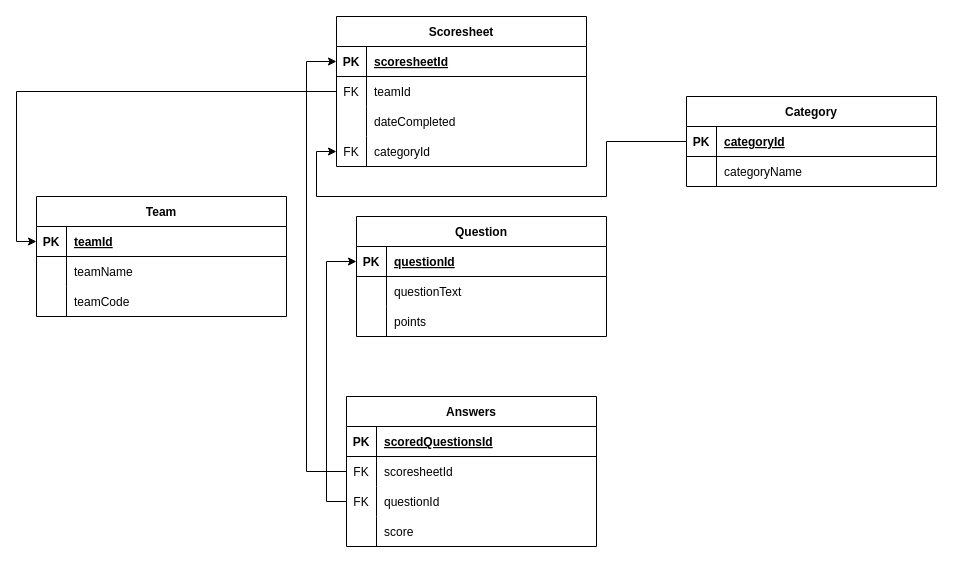
The draw.io diagram scoresheet.drawio in mccndcg/erds, before the edit. Source tidied: cells renumbered, new cells numbered last; positions are measured from the earlier drawing's top-left corner, leaving out a move shared by most shapes. Both pictures are drawn from the tidied source at 100%, with x=0, y=0 at pixel (36, 16).
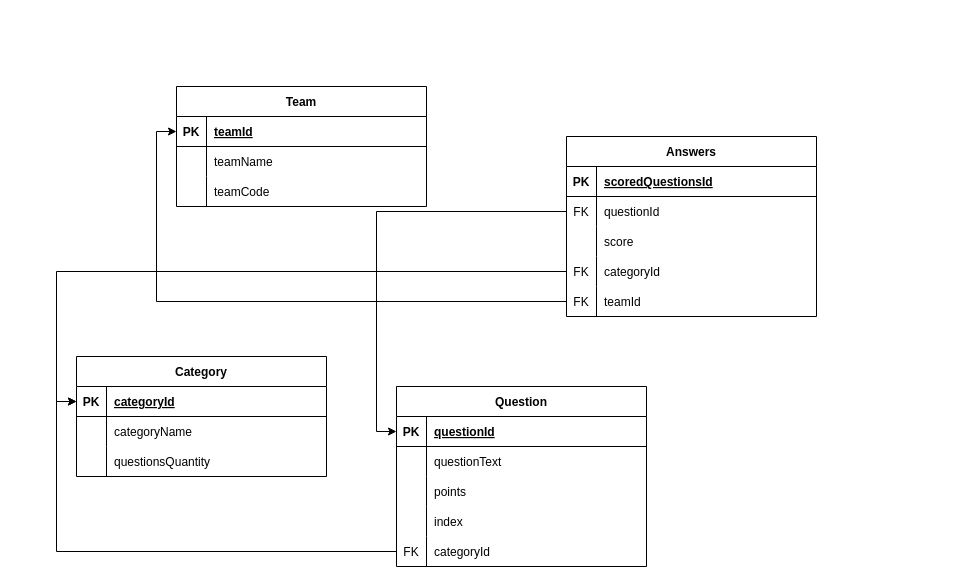
The same page after the edit.

Unchanged cells that the change refers to:
```xml
<mxCell id="3" style="shape=partialRectangle;fillColor=none;points=[[0,0.5],[1,0.5]];portConstraint=eastwest;top=0;left=0;right=0;bottom=1;" parent="2" vertex="1">
  <mxGeometry y="30" width="250" height="30" as="geometry" />
</mxCell>
<mxCell id="10" style="shape=partialRectangle;fillColor=none;points=[[0,0.5],[1,0.5]];portConstraint=eastwest;top=0;left=0;right=0;bottom=1;" parent="9" vertex="1">
  <mxGeometry y="30" width="250" height="30" as="geometry" />
</mxCell>
```

Change to the diagram source:
```diff
@@
     <mxCell id="2" value="Category" style="shape=table;startSize=30;childLayout=tableLayout;rowLines=0;fontStyle=1;align=center;" parent="1" vertex="1">
-      <mxGeometry x="650" y="80" width="250" height="90" as="geometry" />
+      <mxGeometry x="40" y="340" width="250" height="120" as="geometry" />
     </mxCell>
@@
+    <mxCell id="26" style="shape=partialRectangle;fillColor=none;top=0;left=0;right=0;bottom=0;" parent="2" vertex="1">
+      <mxGeometry y="90" width="250" height="30" as="geometry" />
+    </mxCell>
+    <mxCell id="59" style="shape=partialRectangle;overflow=hidden;fillColor=none;top=0;left=0;bottom=0;right=0;" parent="26" vertex="1">
+      <mxGeometry width="30" height="30" as="geometry" />
+    </mxCell>
+    <mxCell id="60" value="questionsQuantity" style="shape=partialRectangle;overflow=hidden;fillColor=none;top=0;left=0;bottom=0;right=0;align=left;spacingLeft=6;" parent="26" vertex="1">
+      <mxGeometry x="30" width="220" height="30" as="geometry" />
+    </mxCell>
     <mxCell id="9" value="Team" style="shape=table;startSize=30;childLayout=tableLayout;rowLines=0;fontStyle=1;align=center;" parent="1" vertex="1">
-      <mxGeometry y="180" width="250" height="120" as="geometry" />
+      <mxGeometry x="140" y="70" width="250" height="120" as="geometry" />
     </mxCell>
@@
-    <mxCell id="19" value="Scoresheet" style="shape=table;startSize=30;childLayout=tableLayout;rowLines=0;fontStyle=1;align=center;" parent="1" vertex="1">
-      <mxGeometry x="300" width="250" height="150" as="geometry" />
-    </mxCell>
-    <mxCell id="20" style="shape=partialRectangle;fillColor=none;points=[[0,0.5],[1,0.5]];portConstraint=eastwest;top=0;left=0;right=0;bottom=1;" parent="19" vertex="1">
-      <mxGeometry y="30" width="250" height="30" as="geometry" />
-    </mxCell>
-    <mxCell id="21" value="PK" style="shape=partialRectangle;overflow=hidden;fillColor=none;top=0;left=0;bottom=0;right=0;fontStyle=1;" parent="20" vertex="1">
-      <mxGeometry width="30" height="30" as="geometry" />
-    </mxCell>
-    <mxCell id="22" value="scoresheetId" style="shape=partialRectangle;overflow=hidden;fillColor=none;top=0;left=0;bottom=0;right=0;align=left;spacingLeft=6;fontStyle=5;" parent="20" vertex="1">
-      <mxGeometry x="30" width="220" height="30" as="geometry" />
-    </mxCell>
-    <mxCell id="23" style="shape=partialRectangle;fillColor=none;points=[[0,0.5],[1,0.5]];portConstraint=eastwest;top=0;left=0;right=0;bottom=0;" parent="19" vertex="1">
-      <mxGeometry y="60" width="250" height="30" as="geometry" />
-    </mxCell>
-    <mxCell id="24" value="FK" style="shape=partialRectangle;overflow=hidden;fillColor=none;top=0;left=0;bottom=0;right=0;" parent="23" vertex="1">
-      <mxGeometry width="30" height="30" as="geometry" />
-    </mxCell>
-    <mxCell id="25" value="teamId" style="shape=partialRectangle;overflow=hidden;fillColor=none;top=0;left=0;bottom=0;right=0;align=left;spacingLeft=6;" parent="23" vertex="1">
-      <mxGeometry x="30" width="220" height="30" as="geometry" />
-    </mxCell>
-    <mxCell id="26" style="shape=partialRectangle;fillColor=none;top=0;left=0;right=0;bottom=0;" parent="19" vertex="1">
-      <mxGeometry y="90" width="250" height="30" as="geometry" />
-    </mxCell>
-    <mxCell id="27" style="shape=partialRectangle;overflow=hidden;fillColor=none;top=0;left=0;bottom=0;right=0;" parent="26" vertex="1">
-      <mxGeometry width="30" height="30" as="geometry" />
-    </mxCell>
-    <mxCell id="28" value="dateCompleted" style="shape=partialRectangle;overflow=hidden;fillColor=none;top=0;left=0;bottom=0;right=0;align=left;spacingLeft=6;" parent="26" vertex="1">
-      <mxGeometry x="30" width="220" height="30" as="geometry" />
-    </mxCell>
-    <mxCell id="29" style="shape=partialRectangle;fillColor=none;points=[[0,0.5],[1,0.5]];portConstraint=eastwest;top=0;left=0;right=0;bottom=0;" parent="19" vertex="1">
-      <mxGeometry y="120" width="250" height="30" as="geometry" />
-    </mxCell>
-    <mxCell id="30" value="FK" style="shape=partialRectangle;overflow=hidden;fillColor=none;top=0;left=0;bottom=0;right=0;" parent="29" vertex="1">
-      <mxGeometry width="30" height="30" as="geometry" />
-    </mxCell>
-    <mxCell id="31" value="categoryId" style="shape=partialRectangle;overflow=hidden;fillColor=none;top=0;left=0;bottom=0;right=0;align=left;spacingLeft=6;" parent="29" vertex="1">
-      <mxGeometry x="30" width="220" height="30" as="geometry" />
-    </mxCell>
     <mxCell id="32" value="Question" style="shape=table;startSize=30;childLayout=tableLayout;rowLines=0;fontStyle=1;align=center;" parent="1" vertex="1">
-      <mxGeometry x="320" y="200" width="250" height="120" as="geometry" />
+      <mxGeometry x="360" y="370" width="250" height="180" as="geometry" />
     </mxCell>
@@
+    <mxCell id="61" style="shape=partialRectangle;fillColor=none;top=0;left=0;right=0;bottom=0;" parent="32" vertex="1">
+      <mxGeometry y="120" width="250" height="30" as="geometry" />
+    </mxCell>
+    <mxCell id="62" style="shape=partialRectangle;overflow=hidden;fillColor=none;top=0;left=0;bottom=0;right=0;" parent="61" vertex="1">
+      <mxGeometry width="30" height="30" as="geometry" />
+    </mxCell>
+    <mxCell id="63" value="index" style="shape=partialRectangle;overflow=hidden;fillColor=none;top=0;left=0;bottom=0;right=0;align=left;spacingLeft=6;" parent="61" vertex="1">
+      <mxGeometry x="30" width="220" height="30" as="geometry" />
+    </mxCell>
+    <mxCell id="64" style="shape=partialRectangle;fillColor=none;points=[[0,0.5],[1,0.5]];portConstraint=eastwest;top=0;left=0;right=0;bottom=0;" parent="32" vertex="1">
+      <mxGeometry y="150" width="250" height="30" as="geometry" />
+    </mxCell>
+    <mxCell id="65" value="FK" style="shape=partialRectangle;overflow=hidden;fillColor=none;top=0;left=0;bottom=0;right=0;" parent="64" vertex="1">
+      <mxGeometry width="30" height="30" as="geometry" />
+    </mxCell>
+    <mxCell id="66" value="categoryId" style="shape=partialRectangle;overflow=hidden;fillColor=none;top=0;left=0;bottom=0;right=0;align=left;spacingLeft=6;" parent="64" vertex="1">
+      <mxGeometry x="30" width="220" height="30" as="geometry" />
+    </mxCell>
     <mxCell id="42" value="Answers" style="shape=table;startSize=30;childLayout=tableLayout;rowLines=0;fontStyle=1;align=center;" parent="1" vertex="1">
-      <mxGeometry x="310" y="380" width="250" height="150" as="geometry" />
+      <mxGeometry x="530" y="120" width="250" height="180" as="geometry" />
     </mxCell>
@@
-    <mxCell id="46" style="shape=partialRectangle;fillColor=none;points=[[0,0.5],[1,0.5]];portConstraint=eastwest;top=0;left=0;right=0;bottom=0;" parent="42" vertex="1">
-      <mxGeometry y="60" width="250" height="30" as="geometry" />
-    </mxCell>
-    <mxCell id="47" value="FK" style="shape=partialRectangle;overflow=hidden;fillColor=none;top=0;left=0;bottom=0;right=0;" parent="46" vertex="1">
-      <mxGeometry width="30" height="30" as="geometry" />
-    </mxCell>
-    <mxCell id="48" value="scoresheetId" style="shape=partialRectangle;overflow=hidden;fillColor=none;top=0;left=0;bottom=0;right=0;align=left;spacingLeft=6;" parent="46" vertex="1">
-      <mxGeometry x="30" width="220" height="30" as="geometry" />
-    </mxCell>
     <mxCell id="49" style="shape=partialRectangle;fillColor=none;points=[[0,0.5],[1,0.5]];portConstraint=eastwest;top=0;left=0;right=0;bottom=0;" parent="42" vertex="1">
-      <mxGeometry y="90" width="250" height="30" as="geometry" />
+      <mxGeometry y="60" width="250" height="30" as="geometry" />
     </mxCell>
@@
     <mxCell id="52" style="shape=partialRectangle;fillColor=none;top=0;left=0;right=0;bottom=0;" parent="42" vertex="1">
-      <mxGeometry y="120" width="250" height="30" as="geometry" />
+      <mxGeometry y="90" width="250" height="30" as="geometry" />
     </mxCell>
@@
+    <mxCell id="67" style="shape=partialRectangle;fillColor=none;points=[[0,0.5],[1,0.5]];portConstraint=eastwest;top=0;left=0;right=0;bottom=0;" parent="42" vertex="1">
+      <mxGeometry y="120" width="250" height="30" as="geometry" />
+    </mxCell>
+    <mxCell id="68" value="FK" style="shape=partialRectangle;overflow=hidden;fillColor=none;top=0;left=0;bottom=0;right=0;" parent="67" vertex="1">
+      <mxGeometry width="30" height="30" as="geometry" />
+    </mxCell>
+    <mxCell id="69" value="categoryId" style="shape=partialRectangle;overflow=hidden;fillColor=none;top=0;left=0;bottom=0;right=0;align=left;spacingLeft=6;" parent="67" vertex="1">
+      <mxGeometry x="30" width="220" height="30" as="geometry" />
+    </mxCell>
+    <mxCell id="70" style="shape=partialRectangle;fillColor=none;points=[[0,0.5],[1,0.5]];portConstraint=eastwest;top=0;left=0;right=0;bottom=0;" parent="42" vertex="1">
+      <mxGeometry y="150" width="250" height="30" as="geometry" />
+    </mxCell>
+    <mxCell id="71" value="FK" style="shape=partialRectangle;overflow=hidden;fillColor=none;top=0;left=0;bottom=0;right=0;" parent="70" vertex="1">
+      <mxGeometry width="30" height="30" as="geometry" />
+    </mxCell>
+    <mxCell id="25" value="teamId" style="shape=partialRectangle;overflow=hidden;fillColor=none;top=0;left=0;bottom=0;right=0;align=left;spacingLeft=6;" parent="70" vertex="1">
+      <mxGeometry x="30" width="220" height="30" as="geometry" />
+    </mxCell>
@@
-    <mxCell id="56" style="edgeStyle=orthogonalEdgeStyle;rounded=0;jettySize=auto;html=1;exitX=0;exitY=0.5;exitDx=0;exitDy=0;entryX=0;entryY=0.5;entryDx=0;entryDy=0;" parent="1" edge="1" source="46" target="20">
-      <mxGeometry relative="1" as="geometry">
-        <Array as="points">
-          <mxPoint x="270" y="455" />
-          <mxPoint x="270" y="45" />
-        </Array>
-      </mxGeometry>
-    </mxCell>
-    <mxCell id="57" style="edgeStyle=orthogonalEdgeStyle;rounded=0;jettySize=auto;html=1;exitX=0;exitY=0.5;exitDx=0;exitDy=0;entryX=0;entryY=0.5;entryDx=0;entryDy=0;" parent="1" edge="1" source="23" target="10">
-      <mxGeometry relative="1" as="geometry" />
-    </mxCell>
-    <mxCell id="58" style="edgeStyle=orthogonalEdgeStyle;rounded=0;jettySize=auto;html=1;exitX=0;exitY=0.5;exitDx=0;exitDy=0;entryX=0;entryY=0.5;entryDx=0;entryDy=0;" parent="1" edge="1" source="3" target="29">
-      <mxGeometry relative="1" as="geometry">
-        <Array as="points">
-          <mxPoint x="570" y="180" />
-          <mxPoint x="280" y="180" />
-          <mxPoint x="280" y="135" />
-        </Array>
-      </mxGeometry>
-    </mxCell>
+    <mxCell id="72" style="edgeStyle=orthogonalEdgeStyle;rounded=0;jettySize=auto;html=1;exitX=0;exitY=0.5;exitDx=0;exitDy=0;entryX=0;entryY=0.5;entryDx=0;entryDy=0;" parent="1" edge="1" source="64" target="3">
+      <mxGeometry relative="1" as="geometry" />
+    </mxCell>
+    <mxCell id="73" style="edgeStyle=orthogonalEdgeStyle;rounded=0;jettySize=auto;html=1;exitX=0;exitY=0.5;exitDx=0;exitDy=0;entryX=0;entryY=0.5;entryDx=0;entryDy=0;" parent="1" edge="1" source="67" target="3">
+      <mxGeometry relative="1" as="geometry" />
+    </mxCell>
+    <mxCell id="74" style="edgeStyle=orthogonalEdgeStyle;rounded=0;jettySize=auto;html=1;exitX=0;exitY=0.5;exitDx=0;exitDy=0;entryX=0;entryY=0.5;entryDx=0;entryDy=0;" parent="1" edge="1" source="70" target="10">
+      <mxGeometry relative="1" as="geometry" />
+    </mxCell>
```
